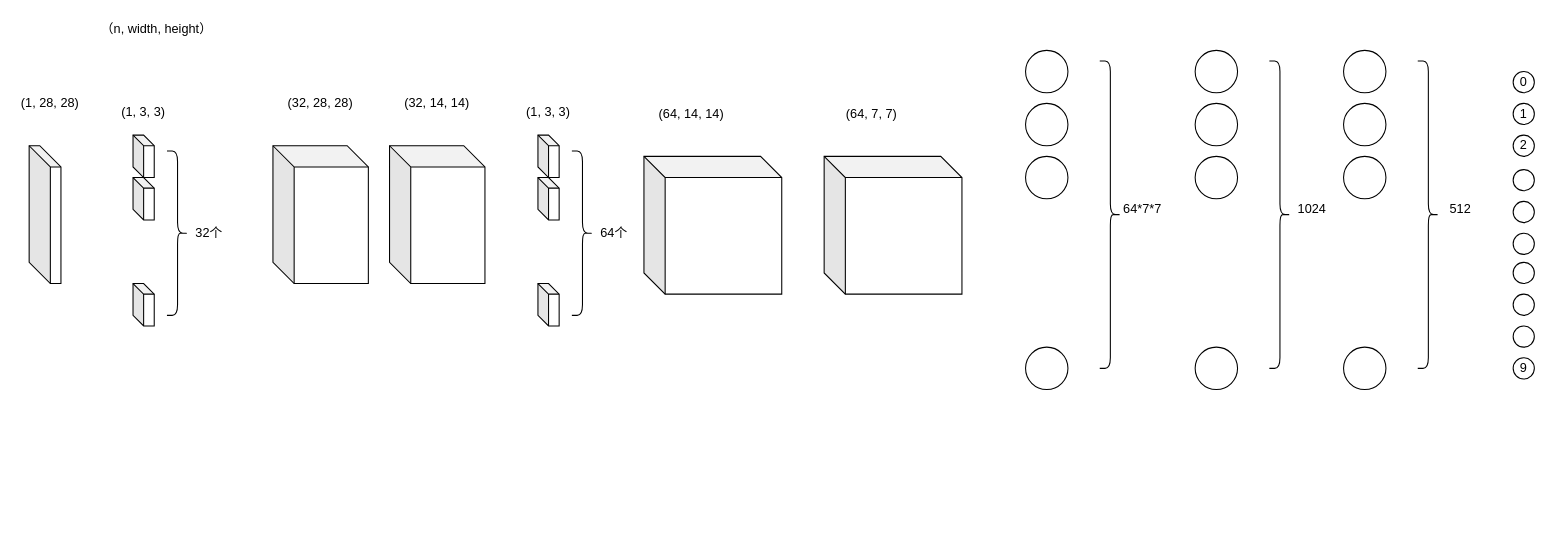
yuanchaowang/subscribe keeps this draw.io diagram as 未命名绘图.drawio. Above is the earlier version. Source tidied: cells renumbered, new cells numbered last; positions are measured from the earlier drawing's top-left corner, leaving out a move shared by most shapes. Both pictures are drawn from the tidied source at 106%, with x=0, y=0 at pixel (18, 18).
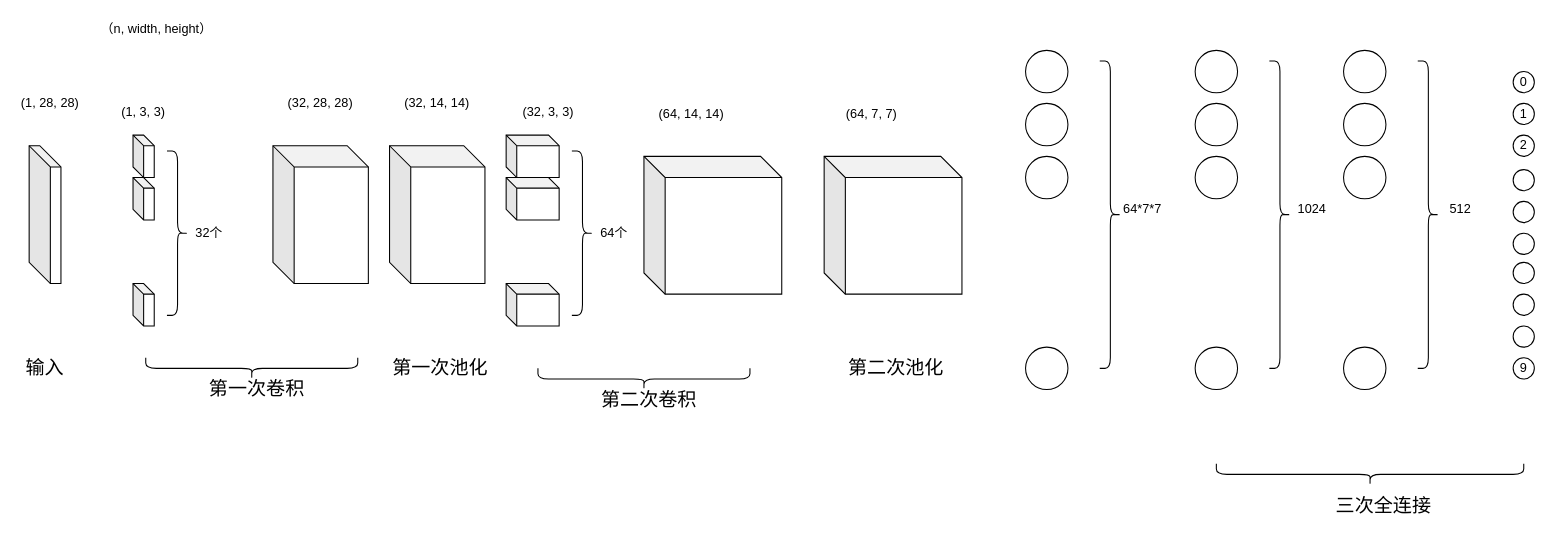
Above is the later version.

Commit message (it also covers changes not shown here):
更新未命名绘图.drawio

Diff of the diagram source:
```diff
@@
     <mxCell id="15" style="shape=cube;whiteSpace=wrap;html=1;boundedLbl=1;backgroundOutline=1;darkOpacity=0.05;darkOpacity2=0.1;size=10;" parent="1" vertex="1">
-      <mxGeometry x="490" y="110" width="20" height="40" as="geometry" />
+      <mxGeometry x="460" y="110" width="50" height="40" as="geometry" />
     </mxCell>
-    <mxCell id="16" value="&lt;br&gt;(1, 3, 3)" style="text;html=1;strokeColor=none;fillColor=none;align=center;verticalAlign=middle;whiteSpace=wrap;rounded=0;" parent="1" vertex="1">
+    <mxCell id="16" value="&lt;br&gt;(32, 3, 3)" style="text;html=1;strokeColor=none;fillColor=none;align=center;verticalAlign=middle;whiteSpace=wrap;rounded=0;" parent="1" vertex="1">
       <mxGeometry x="470" y="70" width="60" height="20" as="geometry" />
     </mxCell>
     <mxCell id="17" style="shape=cube;whiteSpace=wrap;html=1;boundedLbl=1;backgroundOutline=1;darkOpacity=0.05;darkOpacity2=0.1;size=10;" parent="1" vertex="1">
-      <mxGeometry x="490" y="150" width="20" height="40" as="geometry" />
+      <mxGeometry x="460" y="150" width="50" height="40" as="geometry" />
     </mxCell>
     <mxCell id="18" style="shape=cube;whiteSpace=wrap;html=1;boundedLbl=1;backgroundOutline=1;darkOpacity=0.05;darkOpacity2=0.1;size=10;" parent="1" vertex="1">
-      <mxGeometry x="490" y="250" width="20" height="40" as="geometry" />
+      <mxGeometry x="460" y="250" width="50" height="40" as="geometry" />
     </mxCell>
@@
+    <mxCell id="53" value="输入" style="text;html=1;strokeColor=none;fillColor=none;align=center;verticalAlign=middle;whiteSpace=wrap;rounded=0;fontSize=18;" parent="1" vertex="1">
+      <mxGeometry x="5" y="320" width="40" height="20" as="geometry" />
+    </mxCell>
+    <mxCell id="54" style="shape=curlyBracket;whiteSpace=wrap;html=1;rounded=1;flipH=1;rotation=90;" parent="1" vertex="1">
+      <mxGeometry x="210" y="230" width="20" height="200" as="geometry" />
+    </mxCell>
+    <mxCell id="55" value="第一次卷积" style="text;html=1;strokeColor=none;fillColor=none;align=center;verticalAlign=middle;whiteSpace=wrap;rounded=0;fontSize=18;" parent="1" vertex="1">
+      <mxGeometry x="160" y="340" width="130" height="20" as="geometry" />
+    </mxCell>
+    <mxCell id="56" value="第一次池化" style="text;html=1;strokeColor=none;fillColor=none;align=center;verticalAlign=middle;whiteSpace=wrap;rounded=0;fontSize=18;" parent="1" vertex="1">
+      <mxGeometry x="350" y="320" width="96" height="20" as="geometry" />
+    </mxCell>
+    <mxCell id="57" style="shape=curlyBracket;whiteSpace=wrap;html=1;rounded=1;flipH=1;rotation=90;" parent="1" vertex="1">
+      <mxGeometry x="580" y="240" width="20" height="200" as="geometry" />
+    </mxCell>
+    <mxCell id="58" value="第二次卷积" style="text;html=1;strokeColor=none;fillColor=none;align=center;verticalAlign=middle;whiteSpace=wrap;rounded=0;fontSize=18;" parent="1" vertex="1">
+      <mxGeometry x="530" y="350" width="130" height="20" as="geometry" />
+    </mxCell>
+    <mxCell id="59" value="第二次池化" style="text;html=1;strokeColor=none;fillColor=none;align=center;verticalAlign=middle;whiteSpace=wrap;rounded=0;fontSize=18;" parent="1" vertex="1">
+      <mxGeometry x="780" y="320" width="96" height="20" as="geometry" />
+    </mxCell>
+    <mxCell id="60" style="shape=curlyBracket;whiteSpace=wrap;html=1;rounded=1;flipH=1;rotation=90;" parent="1" vertex="1">
+      <mxGeometry x="1265" y="285" width="20" height="290" as="geometry" />
+    </mxCell>
+    <mxCell id="61" value="三次全连接" style="text;html=1;strokeColor=none;fillColor=none;align=center;verticalAlign=middle;whiteSpace=wrap;rounded=0;fontSize=18;" parent="1" vertex="1">
+      <mxGeometry x="1240" y="450" width="96" height="20" as="geometry" />
+    </mxCell>
```
